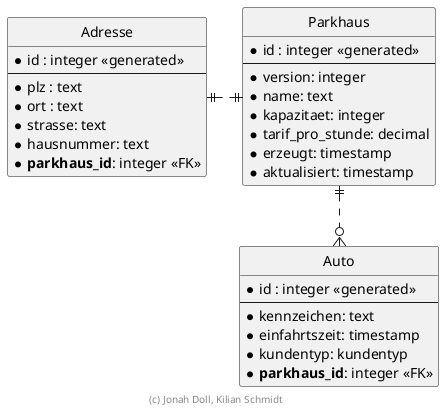
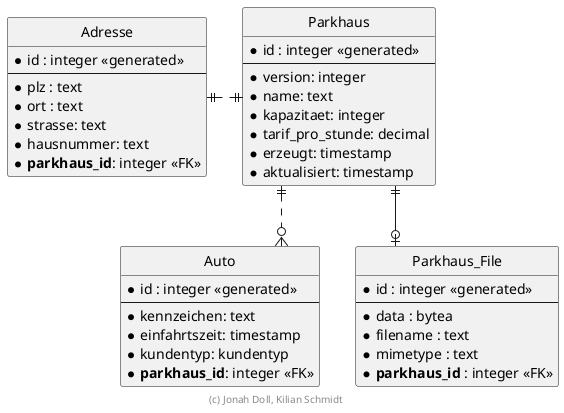
@startuml ER Diagramm

' hide the spot
hide circle

' evtl. Prbleme mit Kraehenfuessen vermeiden
skinparam linetype ortho

entity "Parkhaus" {
  * id : integer <<generated>>
  --
  * version: integer
  * name: text
  * kapazitaet: integer
  * tarif_pro_stunde: decimal
  * erzeugt: timestamp
  * aktualisiert: timestamp
}

entity "Adresse" {
  * id : integer <<generated>>
  --
  * plz : text
  * ort : text
  * strasse: text
  * hausnummer: text
  * **parkhaus_id**: integer <<FK>>
}

entity "Auto" {
  * id : integer <<generated>>
  --
  * kennzeichen: text
  * einfahrtszeit: timestamp
  * kundentyp: kundentyp
  * **parkhaus_id**: integer <<FK>>
}

+ entity "Parkhaus_File" {
+   * id : integer <<generated>>
+   --
+   * data : bytea
+   * filename : text
+   * mimetype : text
+   * **parkhaus_id** : integer <<FK>>
+ }
+ 
Parkhaus ||.left.|| Adresse
Parkhaus ||..o{ Auto
+ Parkhaus ||--o| Parkhaus_File

footer (c) Jonah Doll, Kilian Schmidt

@enduml
